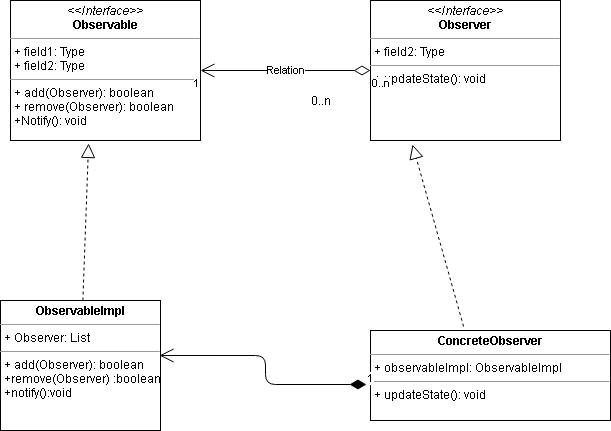
This is Observer Design Pattern.drawio.png from yagami-light/designPatterns, a draw.io export, as it was before one commit. Source tidied: cells renumbered, new cells last; positions are measured from the earlier drawing's top-left corner, leaving out a move shared by most shapes.
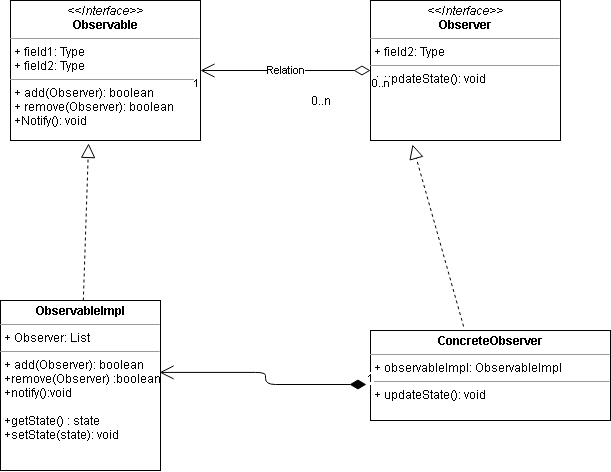
Above is the later version.

Diff of the diagram source:
```diff
@@ -5,8 +5,8 @@
     <mxCell id="2" value="&lt;p style=&quot;margin: 0px ; margin-top: 4px ; text-align: center&quot;&gt;&lt;i&gt;&amp;lt;&amp;lt;Interface&amp;gt;&amp;gt;&lt;/i&gt;&lt;br&gt;&lt;b&gt;Observable&lt;/b&gt;&lt;/p&gt;&lt;hr size=&quot;1&quot;&gt;&lt;p style=&quot;margin: 0px ; margin-left: 4px&quot;&gt;+ field1: Type&lt;br&gt;+ field2: Type&lt;/p&gt;&lt;hr size=&quot;1&quot;&gt;&lt;p style=&quot;margin: 0px ; margin-left: 4px&quot;&gt;+ add(Observer): boolean&lt;br&gt;+ remove(Observer): boolean&lt;/p&gt;&lt;p style=&quot;margin: 0px ; margin-left: 4px&quot;&gt;+Notify(): void&lt;/p&gt;" style="verticalAlign=top;align=left;overflow=fill;fontSize=12;fontFamily=Helvetica;html=1;" parent="1" vertex="1">
       <mxGeometry x="10" width="190" height="140" as="geometry" />
     </mxCell>
-    <mxCell id="3" value="&lt;p style=&quot;margin: 0px ; margin-top: 4px ; text-align: center&quot;&gt;&lt;b&gt;ObservableImpl&lt;/b&gt;&lt;/p&gt;&lt;hr size=&quot;1&quot;&gt;&lt;p style=&quot;margin: 0px ; margin-left: 4px&quot;&gt;+ Observer: List&lt;/p&gt;&lt;hr size=&quot;1&quot;&gt;&lt;p style=&quot;margin: 0px ; margin-left: 4px&quot;&gt;+ add(Observer): boolean&lt;/p&gt;&lt;p style=&quot;margin: 0px ; margin-left: 4px&quot;&gt;+remove(Observer) :boolean&lt;/p&gt;&lt;p style=&quot;margin: 0px ; margin-left: 4px&quot;&gt;+notify():void&lt;/p&gt;" style="verticalAlign=top;align=left;overflow=fill;fontSize=12;fontFamily=Helvetica;html=1;" parent="1" vertex="1">
-      <mxGeometry y="300" width="160" height="130" as="geometry" />
+    <mxCell id="3" value="&lt;p style=&quot;margin: 0px ; margin-top: 4px ; text-align: center&quot;&gt;&lt;b&gt;ObservableImpl&lt;/b&gt;&lt;/p&gt;&lt;hr size=&quot;1&quot;&gt;&lt;p style=&quot;margin: 0px ; margin-left: 4px&quot;&gt;+ Observer: List&lt;/p&gt;&lt;hr size=&quot;1&quot;&gt;&lt;p style=&quot;margin: 0px ; margin-left: 4px&quot;&gt;+ add(Observer): boolean&lt;/p&gt;&lt;p style=&quot;margin: 0px ; margin-left: 4px&quot;&gt;+remove(Observer) :boolean&lt;/p&gt;&lt;p style=&quot;margin: 0px ; margin-left: 4px&quot;&gt;+notify():void&lt;/p&gt;&lt;p style=&quot;margin: 0px ; margin-left: 4px&quot;&gt;&lt;br&gt;&lt;/p&gt;&lt;p style=&quot;margin: 0px ; margin-left: 4px&quot;&gt;+getState() : state&lt;/p&gt;&lt;p style=&quot;margin: 0px ; margin-left: 4px&quot;&gt;+setState(state): void&amp;nbsp;&lt;/p&gt;" style="verticalAlign=top;align=left;overflow=fill;fontSize=12;fontFamily=Helvetica;html=1;" parent="1" vertex="1">
+      <mxGeometry y="300" width="160" height="170" as="geometry" />
     </mxCell>
     <mxCell id="4" style="endArrow=block;dashed=1;endFill=0;endSize=12;html=1;entryX=0.411;entryY=1.021;entryDx=0;entryDy=0;entryPerimeter=0;" parent="1" edge="1" source="3" target="2">
       <mxGeometry relative="1" as="geometry" />
```
